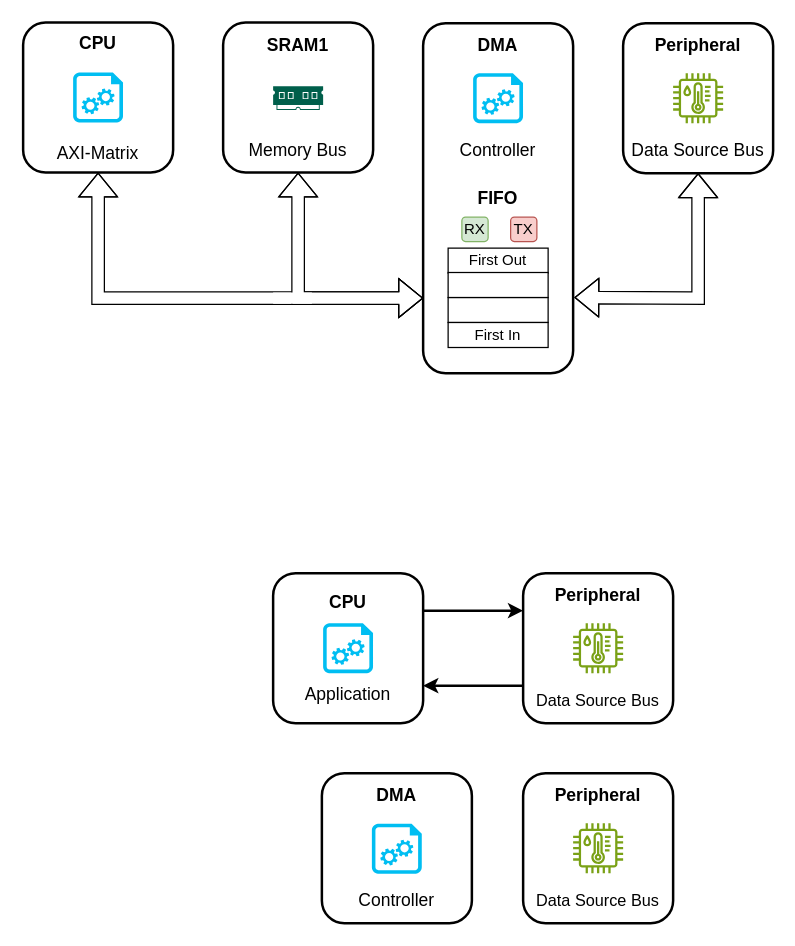
Before: p4/docs/Diagrams.drawio in s-grundner/NES-PR, a draw.io diagram. Source tidied: cells renumbered, new cells numbered last; positions are measured from the earlier drawing's top-left corner, leaving out a move shared by most shapes. Both pictures are drawn from the tidied source at 125%, with x=0, y=0 at pixel (22, 22).
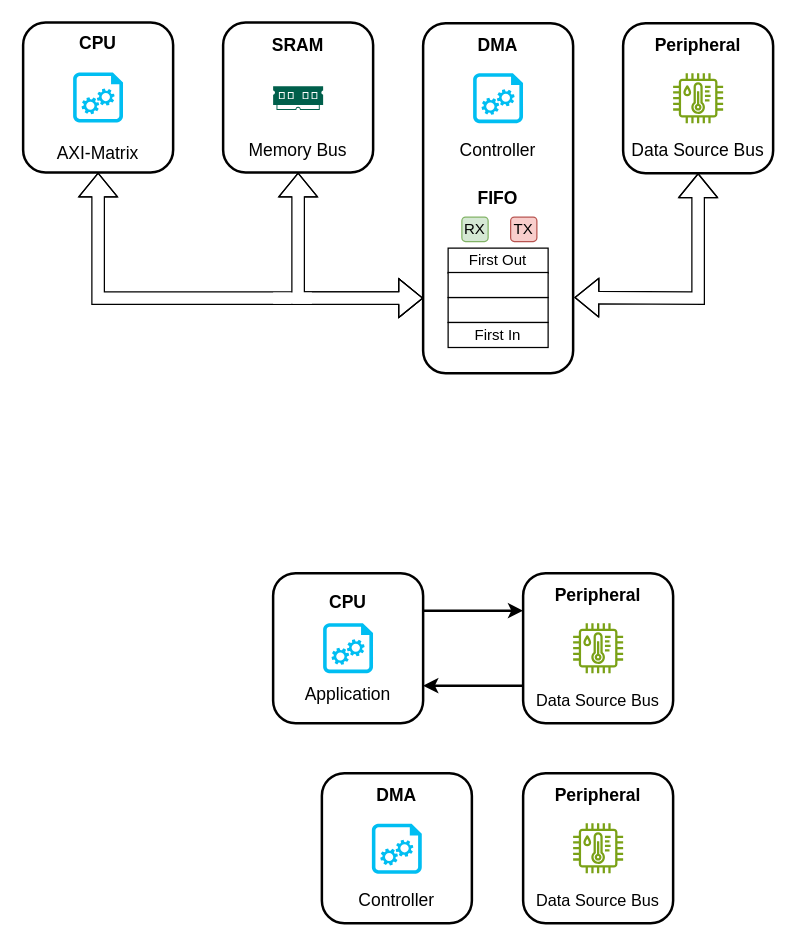
The same diagram, later.

Change to the diagram source:
```diff
@@
-    <mxCell id="8" value="&lt;font style=&quot;font-size: 14px;&quot;&gt;&lt;b style=&quot;border-color: var(--border-color);&quot;&gt;&lt;font style=&quot;border-color: var(--border-color); font-size: 14px;&quot;&gt;SRAM1&lt;br&gt;&lt;/font&gt;&lt;/b&gt;&lt;br&gt;&lt;br&gt;&lt;br&gt;&lt;br&gt;Memory Bus&lt;/font&gt;" style="rounded=1;whiteSpace=wrap;html=1;strokeWidth=2;" parent="1" vertex="1">
+    <mxCell id="8" value="&lt;font style=&quot;font-size: 14px;&quot;&gt;&lt;b style=&quot;border-color: var(--border-color);&quot;&gt;&lt;font style=&quot;border-color: var(--border-color); font-size: 14px;&quot;&gt;SRAM&lt;br&gt;&lt;/font&gt;&lt;/b&gt;&lt;br&gt;&lt;br&gt;&lt;br&gt;&lt;br&gt;Memory Bus&lt;/font&gt;" style="rounded=1;whiteSpace=wrap;html=1;strokeWidth=2;" parent="1" vertex="1">
       <mxGeometry x="160" y="-0.5" width="120" height="120" as="geometry" />
     </mxCell>
```
